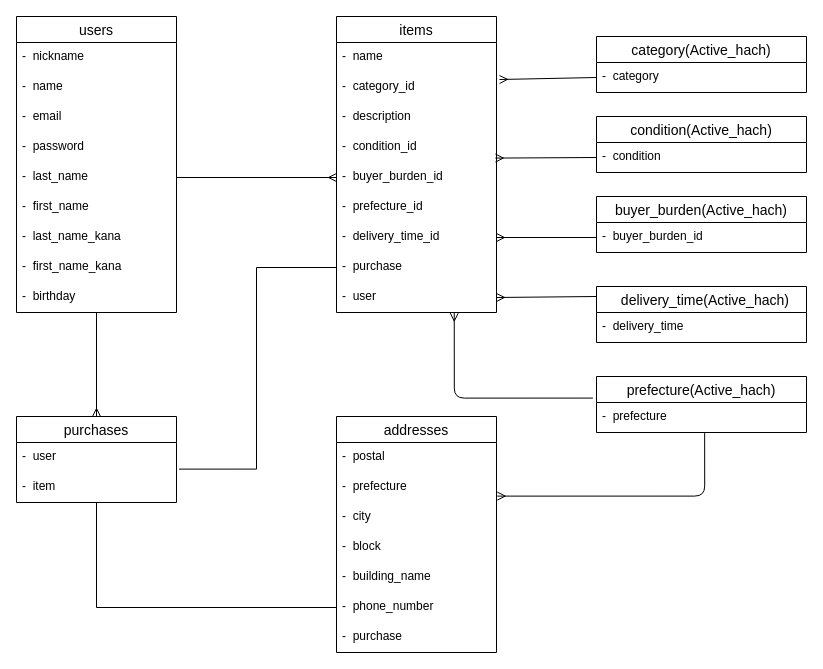
Above: test.dio in ar77777/furima-30434 (draw.io), before the change. Source tidied: cells renumbered, new cells numbered last; positions are measured from the earlier drawing's top-left corner, leaving out a move shared by most shapes. Both pictures are drawn from the tidied source at 100%, with x=0, y=0 at pixel (16, 16).
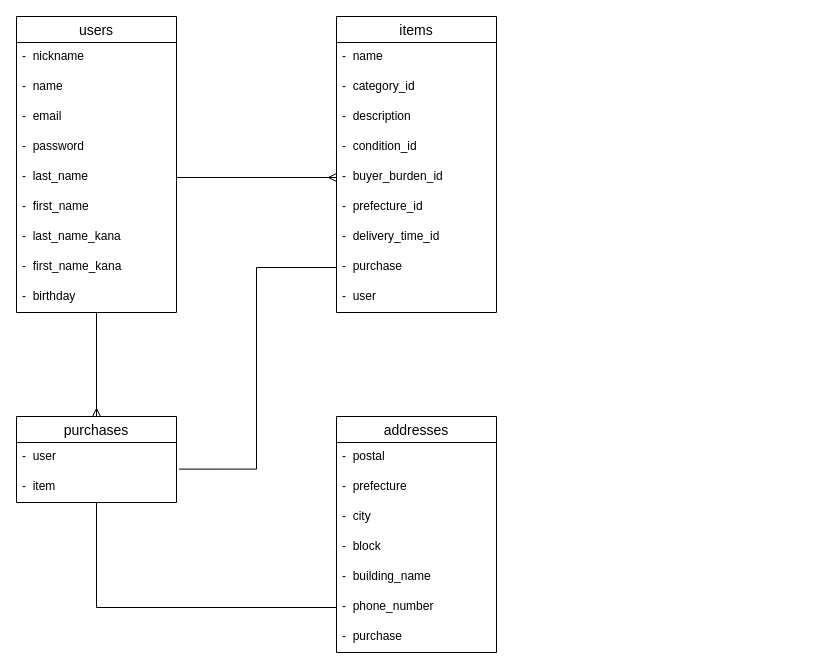
The same page after the edit.

Commit message (it also covers changes not shown here):
ER図の再々修正

The change refers to these unchanged cells:
```xml
<mxCell id="20" value="-  buyer_burden_id" style="text;strokeColor=none;fillColor=none;spacingLeft=4;spacingRight=4;overflow=hidden;points=[[0,0.5],[1,0.5]];portConstraint=eastwest;fontSize=12;" parent="15" vertex="1">
  <mxGeometry y="146" width="160" height="30" as="geometry" />
</mxCell>
<mxCell id="22" value="-  delivery_time_id" style="text;strokeColor=none;fillColor=none;spacingLeft=4;spacingRight=4;overflow=hidden;points=[[0,0.5],[1,0.5]];portConstraint=eastwest;fontSize=12;" parent="15" vertex="1">
  <mxGeometry y="206" width="160" height="30" as="geometry" />
</mxCell>
<mxCell id="24" value="-  user" style="text;strokeColor=none;fillColor=none;spacingLeft=4;spacingRight=4;overflow=hidden;points=[[0,0.5],[1,0.5]];portConstraint=eastwest;fontSize=12;" parent="15" vertex="1">
  <mxGeometry y="266" width="160" height="30" as="geometry" />
</mxCell>
<mxCell id="28" value="-  prefecture" style="text;strokeColor=none;fillColor=none;spacingLeft=4;spacingRight=4;overflow=hidden;points=[[0,0.5],[1,0.5]];portConstraint=eastwest;fontSize=12;" parent="26" vertex="1">
  <mxGeometry y="56" width="160" height="30" as="geometry" />
</mxCell>
```

The edit, as a diff of the source:
```diff
@@
-    <mxCell id="37" value="category(Active_hach)" style="swimlane;fontStyle=0;horizontal=1;startSize=26;align=center;fontSize=14;" parent="1" vertex="1">
-      <mxGeometry x="580" y="20" width="210" height="56" as="geometry" />
-    </mxCell>
-    <mxCell id="38" value="-  category" style="text;strokeColor=none;fillColor=none;spacingLeft=4;spacingRight=4;overflow=hidden;points=[[0,0.5],[1,0.5]];portConstraint=eastwest;fontSize=12;" parent="37" vertex="1">
-      <mxGeometry y="26" width="210" height="30" as="geometry" />
-    </mxCell>
-    <mxCell id="39" value="condition(Active_hach)" style="swimlane;fontStyle=0;horizontal=1;startSize=26;align=center;fontSize=14;" parent="1" vertex="1">
-      <mxGeometry x="580" y="100" width="210" height="56" as="geometry" />
-    </mxCell>
-    <mxCell id="40" value="-  condition" style="text;strokeColor=none;fillColor=none;spacingLeft=4;spacingRight=4;overflow=hidden;points=[[0,0.5],[1,0.5]];portConstraint=eastwest;fontSize=12;" parent="39" vertex="1">
-      <mxGeometry y="26" width="210" height="30" as="geometry" />
-    </mxCell>
-    <mxCell id="41" value="buyer_burden(Active_hach)" style="swimlane;fontStyle=0;horizontal=1;startSize=26;align=center;fontSize=14;" parent="1" vertex="1">
-      <mxGeometry x="580" y="180" width="210" height="56" as="geometry" />
-    </mxCell>
-    <mxCell id="42" value="-  buyer_burden_id" style="text;strokeColor=none;fillColor=none;spacingLeft=4;spacingRight=4;overflow=hidden;points=[[0,0.5],[1,0.5]];portConstraint=eastwest;fontSize=12;" parent="41" vertex="1">
-      <mxGeometry y="26" width="210" height="30" as="geometry" />
-    </mxCell>
-    <mxCell id="43" value="  delivery_time(Active_hach)" style="swimlane;fontStyle=0;horizontal=1;startSize=26;align=center;fontSize=14;" parent="1" vertex="1">
-      <mxGeometry x="580" y="270" width="210" height="56" as="geometry" />
-    </mxCell>
-    <mxCell id="44" value="-  delivery_time" style="text;strokeColor=none;fillColor=none;spacingLeft=4;spacingRight=4;overflow=hidden;fontSize=12;" parent="43" vertex="1">
-      <mxGeometry y="26" width="210" height="30" as="geometry" />
-    </mxCell>
-    <mxCell id="45" value="prefecture(Active_hach)" style="swimlane;fontStyle=0;horizontal=1;startSize=26;align=center;fontSize=14;" parent="1" vertex="1">
-      <mxGeometry x="580" y="360" width="210" height="56" as="geometry" />
-    </mxCell>
-    <mxCell id="46" value="-  prefecture" style="text;strokeColor=none;fillColor=none;spacingLeft=4;spacingRight=4;overflow=hidden;points=[[0,0.5],[1,0.5]];portConstraint=eastwest;fontSize=12;" parent="45" vertex="1">
-      <mxGeometry y="26" width="210" height="30" as="geometry" />
-    </mxCell>
-    <mxCell id="47" style="fontSize=12;html=1;endArrow=ERmany;exitX=0;exitY=0.5;exitDx=0;exitDy=0;" parent="1" edge="1" source="38">
-      <mxGeometry relative="1" as="geometry">
-        <mxPoint x="483" y="63" as="targetPoint" />
-      </mxGeometry>
-    </mxCell>
-    <mxCell id="48" style="fontSize=12;html=1;endArrow=ERmany;exitX=0;exitY=0.5;exitDx=0;exitDy=0;entryX=0.993;entryY=-0.147;entryDx=0;entryDy=0;entryPerimeter=0;" parent="1" edge="1" source="40" target="20">
-      <mxGeometry relative="1" as="geometry" />
-    </mxCell>
-    <mxCell id="49" style="fontSize=12;html=1;endArrow=ERmany;exitX=0;exitY=0.5;exitDx=0;exitDy=0;entryX=1;entryY=0.5;entryDx=0;entryDy=0;" parent="1" edge="1" source="42" target="22">
-      <mxGeometry relative="1" as="geometry" />
-    </mxCell>
-    <mxCell id="50" style="fontSize=12;html=1;endArrow=ERmany;entryX=1;entryY=0.5;entryDx=0;entryDy=0;" parent="1" edge="1" target="24">
-      <mxGeometry relative="1" as="geometry">
-        <mxPoint x="580" y="280" as="sourcePoint" />
-      </mxGeometry>
-    </mxCell>
-    <mxCell id="51" style="edgeStyle=orthogonalEdgeStyle;fontSize=12;html=1;endArrow=ERmany;entryX=0.736;entryY=1.02;entryDx=0;entryDy=0;entryPerimeter=0;exitX=-0.017;exitY=-0.147;exitDx=0;exitDy=0;exitPerimeter=0;" parent="1" edge="1" source="46" target="24">
-      <mxGeometry relative="1" as="geometry" />
-    </mxCell>
-    <mxCell id="52" style="edgeStyle=orthogonalEdgeStyle;fontSize=12;html=1;endArrow=ERmany;entryX=1.005;entryY=0.787;entryDx=0;entryDy=0;entryPerimeter=0;exitX=0.515;exitY=1.02;exitDx=0;exitDy=0;exitPerimeter=0;" parent="1" edge="1" source="46" target="28">
-      <mxGeometry relative="1" as="geometry" />
-    </mxCell>
```
